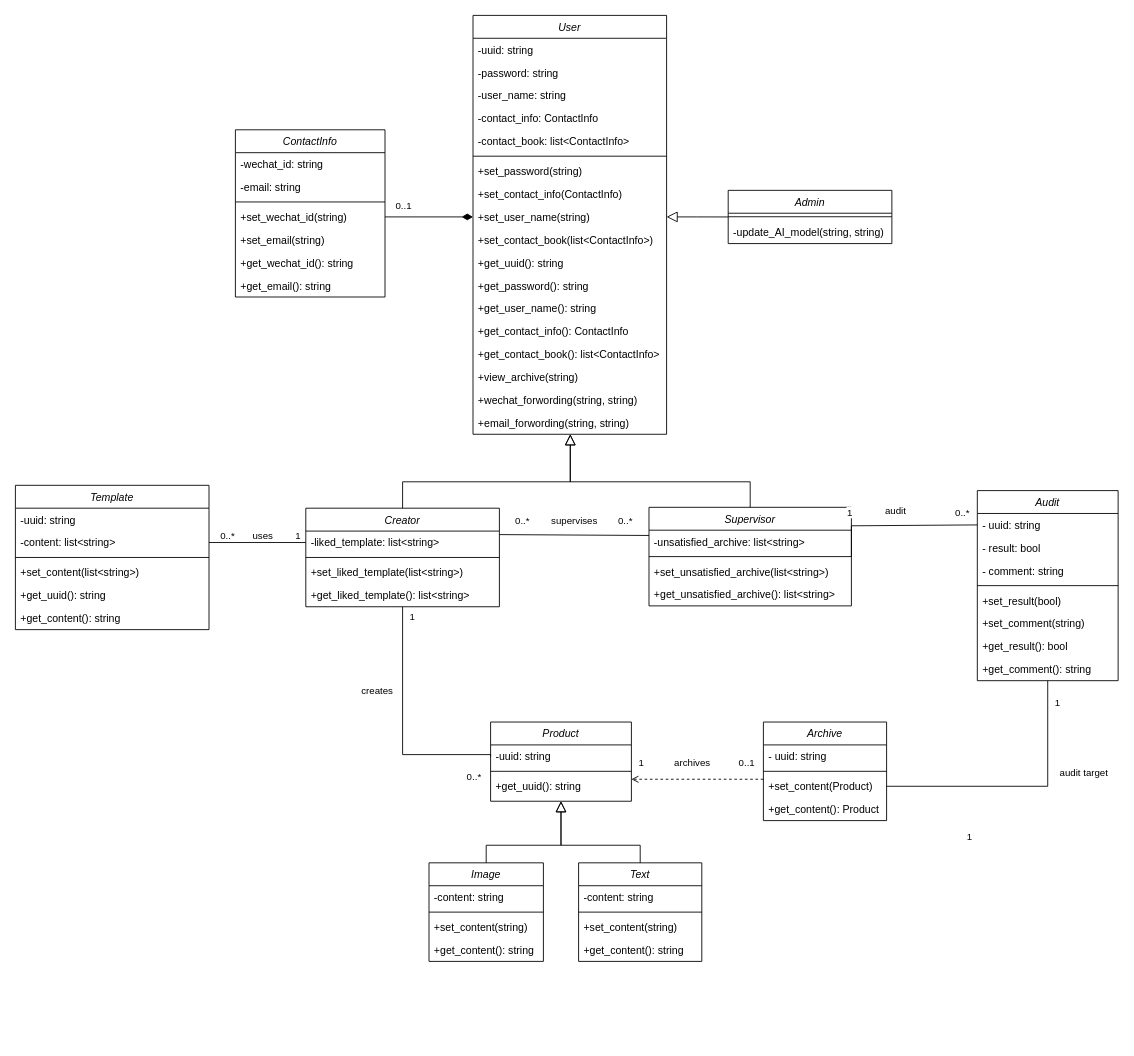
Darrenchenn/Model-based-software-design keeps this draw.io diagram as Documentation/Class diagram/class diagram 20231004.drawio. Above is the earlier version. Source tidied: cells renumbered, new cells numbered last; positions are measured from the earlier drawing's top-left corner, leaving out a move shared by most shapes. Both pictures are drawn from the tidied source at 88%, with x=0, y=0 at pixel (15, 15).
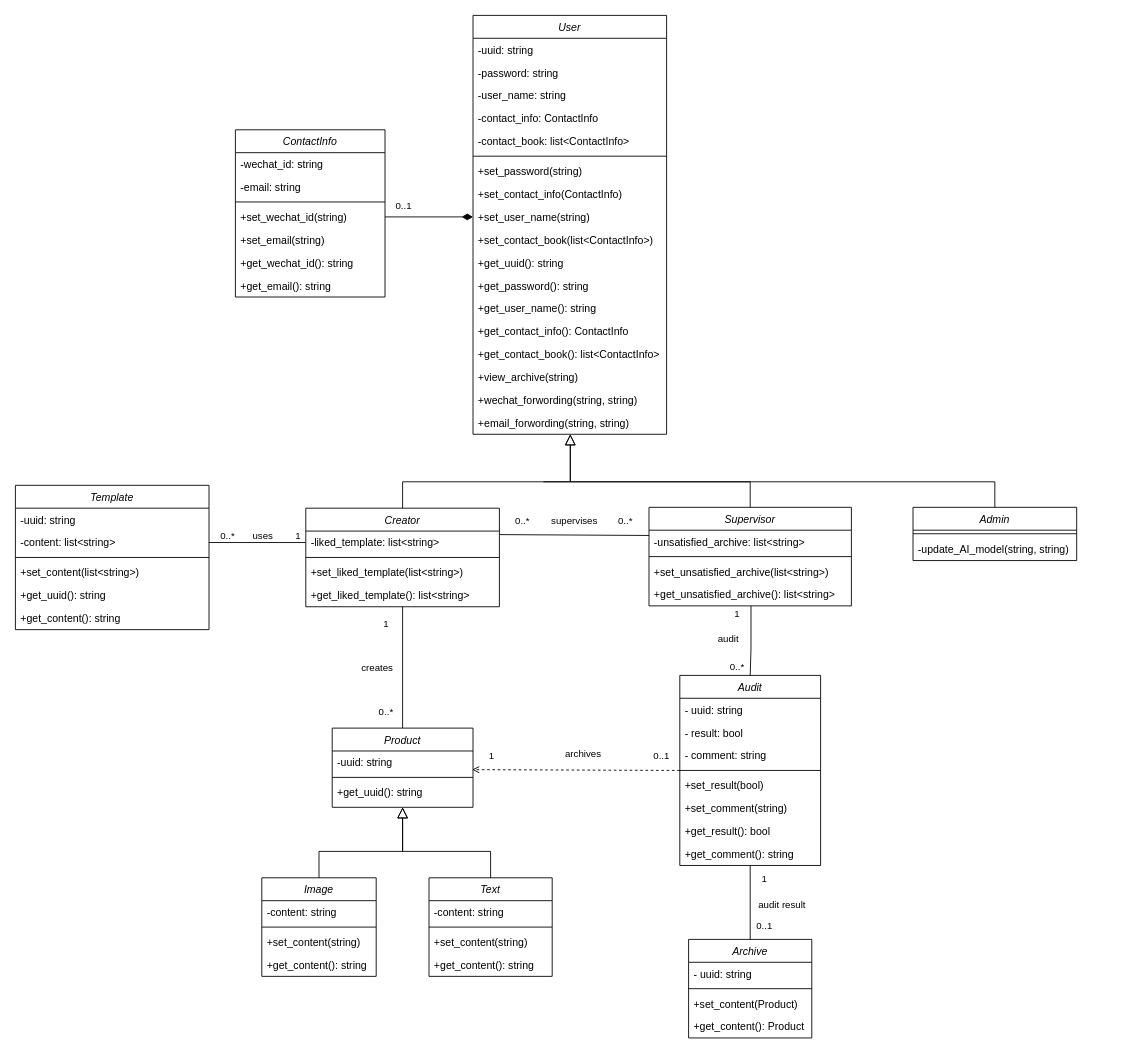
Above is the later version.

Commit message (it also covers changes not shown here):
update class diagram

Unchanged cells that the change refers to:
```xml
<mxCell id="11" value="+set_user_name(string)" style="text;align=left;verticalAlign=top;spacingLeft=4;spacingRight=4;overflow=hidden;points=[[0,0.5],[1,0.5]];portConstraint=eastwest;" parent="2" vertex="1">
  <mxGeometry y="216" width="220" height="26" as="geometry" />
</mxCell>
<mxCell id="21" value="Supervisor" style="swimlane;fontStyle=2;align=center;verticalAlign=top;horizontal=1;startSize=26;rounded=0;shadow=0;strokeWidth=1;" parent="1" vertex="1">
  <mxGeometry x="720" y="559" width="230" height="112" as="geometry" />
</mxCell>
<mxCell id="25" value="+get_unsatisfied_archive(): list&lt;string&gt;" style="text;align=left;verticalAlign=top;spacingLeft=4;spacingRight=4;overflow=hidden;points=[[0,0.5],[1,0.5]];portConstraint=eastwest;" parent="21" vertex="1">
  <mxGeometry y="86" width="230" height="26" as="geometry" />
</mxCell>
<mxCell id="34" value="Creator" style="swimlane;fontStyle=2;align=center;verticalAlign=top;horizontal=1;startSize=26;rounded=0;shadow=0;strokeWidth=1;" parent="1" vertex="1">
  <mxGeometry x="330" y="560" width="220" height="112" as="geometry" />
</mxCell>
<mxCell id="53" value="-uuid: string" style="text;align=left;verticalAlign=top;spacingLeft=4;spacingRight=4;overflow=hidden;points=[[0,0.5],[1,0.5]];portConstraint=eastwest;" parent="52" vertex="1">
  <mxGeometry y="26" width="160" height="26" as="geometry" />
</mxCell>
<mxCell id="71" value="+set_content(Product)" style="text;align=left;verticalAlign=top;spacingLeft=4;spacingRight=4;overflow=hidden;points=[[0,0.5],[1,0.5]];portConstraint=eastwest;" parent="68" vertex="1">
  <mxGeometry y="60" width="140" height="26" as="geometry" />
</mxCell>
<mxCell id="82" value="- uuid: string" style="text;align=left;verticalAlign=top;spacingLeft=4;spacingRight=4;overflow=hidden;points=[[0,0.5],[1,0.5]];portConstraint=eastwest;" parent="81" vertex="1">
  <mxGeometry y="26" width="160" height="26" as="geometry" />
</mxCell>
```

The edit, as a diff of the source:
```diff
@@
-    <mxCell id="26" style="edgeStyle=orthogonalEdgeStyle;rounded=0;jettySize=auto;html=1;endArrow=none;endFill=0;entryX=0;entryY=0.5;entryDx=0;entryDy=0;exitX=0.5;exitY=1;exitDx=0;exitDy=0;" parent="1" edge="1" source="34" target="53">
-      <mxGeometry relative="1" as="geometry">
-        <Array as="points">
-          <mxPoint x="440" y="840" />
-          <mxPoint x="540" y="840" />
-        </Array>
-      </mxGeometry>
+    <mxCell id="26" style="edgeStyle=orthogonalEdgeStyle;rounded=0;jettySize=auto;html=1;endArrow=none;endFill=0;exitX=0.5;exitY=1;exitDx=0;exitDy=0;entryX=0.5;entryY=0;entryDx=0;entryDy=0;" parent="1" edge="1" source="34" target="52">
+      <mxGeometry relative="1" as="geometry" />
     </mxCell>
     <mxCell id="27" value="creates" style="edgeLabel;html=1;align=center;verticalAlign=middle;" parent="26" vertex="1">
       <mxGeometry x="-0.34" relative="1" as="geometry">
-        <mxPoint x="-30" y="6" as="offset" />
+        <mxPoint x="-30" y="22" as="offset" />
       </mxGeometry>
     </mxCell>
     <mxCell id="28" value="0..*" style="edgeLabel;html=1;align=center;verticalAlign=middle;" parent="26" vertex="1">
       <mxGeometry x="-0.21" y="2" relative="1" as="geometry">
-        <mxPoint x="78" y="85" as="offset" />
+        <mxPoint x="-22" y="64" as="offset" />
       </mxGeometry>
     </mxCell>
     <mxCell id="29" value="1" style="edgeLabel;html=1;align=center;verticalAlign=middle;" parent="26" vertex="1">
       <mxGeometry x="-0.12" relative="1" as="geometry">
-        <mxPoint x="10" y="-109" as="offset" />
+        <mxPoint x="-20" y="-43" as="offset" />
       </mxGeometry>
     </mxCell>
@@
     <mxCell id="39" value="Admin" style="swimlane;fontStyle=2;align=center;verticalAlign=top;horizontal=1;startSize=26;rounded=0;shadow=0;strokeWidth=1;" parent="1" vertex="1">
-      <mxGeometry x="810" y="198.8" width="186" height="60.5" as="geometry" />
+      <mxGeometry x="1020" y="559" width="186" height="60.5" as="geometry" />
     </mxCell>
@@
     <mxCell id="52" value="Product" style="swimlane;fontStyle=2;align=center;verticalAlign=top;horizontal=1;startSize=26;rounded=0;shadow=0;strokeWidth=1;" parent="1" vertex="1">
-      <mxGeometry x="540" y="803" width="160" height="90" as="geometry" />
+      <mxGeometry x="360" y="809.9" width="160" height="90" as="geometry" />
     </mxCell>
@@
     <mxCell id="56" value="Image" style="swimlane;fontStyle=2;align=center;verticalAlign=top;horizontal=1;startSize=26;rounded=0;shadow=0;strokeWidth=1;" parent="1" vertex="1">
-      <mxGeometry x="470" y="963" width="130" height="112" as="geometry" />
+      <mxGeometry x="280" y="980" width="130" height="112" as="geometry" />
     </mxCell>
@@
     <mxCell id="61" value="Text" style="swimlane;fontStyle=2;align=center;verticalAlign=top;horizontal=1;startSize=26;rounded=0;shadow=0;strokeWidth=1;" parent="1" vertex="1">
-      <mxGeometry x="640" y="963" width="140" height="112" as="geometry" />
+      <mxGeometry x="470" y="980" width="140" height="112" as="geometry" />
     </mxCell>
@@
     <mxCell id="66" style="endArrow=block;endSize=10;endFill=0;shadow=0;strokeWidth=1;rounded=0;edgeStyle=elbowEdgeStyle;elbow=vertical;exitX=0.5;exitY=0;exitDx=0;exitDy=0;entryX=0.5;entryY=1;entryDx=0;entryDy=0;" parent="1" edge="1" source="61" target="52">
       <mxGeometry relative="1" as="geometry">
         <Array as="points">
-          <mxPoint x="670" y="943" />
+          <mxPoint x="490" y="950" />
         </Array>
       </mxGeometry>
     </mxCell>
-    <mxCell id="67" style="endArrow=block;endSize=10;endFill=0;shadow=0;strokeWidth=1;rounded=0;edgeStyle=elbowEdgeStyle;elbow=vertical;exitX=0.5;exitY=0;exitDx=0;exitDy=0;" parent="1" edge="1" source="56">
+    <mxCell id="67" style="endArrow=block;endSize=10;endFill=0;shadow=0;strokeWidth=1;rounded=0;edgeStyle=elbowEdgeStyle;elbow=vertical;exitX=0.5;exitY=0;exitDx=0;exitDy=0;entryX=0.5;entryY=1;entryDx=0;entryDy=0;" parent="1" edge="1" source="56" target="52">
       <mxGeometry relative="1" as="geometry">
-        <mxPoint x="620" y="893" as="targetPoint" />
         <Array as="points">
-          <mxPoint x="580" y="943" />
+          <mxPoint x="390" y="950" />
         </Array>
       </mxGeometry>
     </mxCell>
     <mxCell id="68" value="Archive" style="swimlane;fontStyle=2;align=center;verticalAlign=top;horizontal=1;startSize=26;rounded=0;shadow=0;strokeWidth=1;" parent="1" vertex="1">
-      <mxGeometry x="850" y="803" width="140" height="112" as="geometry" />
+      <mxGeometry x="765" y="1050" width="140" height="112" as="geometry" />
     </mxCell>
@@
-    <mxCell id="73" style="edgeStyle=orthogonalEdgeStyle;rounded=0;orthogonalLoop=1;jettySize=auto;html=1;dashed=1;endArrow=open;endFill=0;entryX=1;entryY=0.5;entryDx=0;entryDy=0;" parent="1" edge="1">
+    <mxCell id="73" style="edgeStyle=orthogonalEdgeStyle;rounded=0;jettySize=auto;html=1;dashed=1;endArrow=open;endFill=0;exitX=0;exitY=0.5;exitDx=0;exitDy=0;" parent="1" edge="1" source="81">
       <mxGeometry relative="1" as="geometry">
-        <mxPoint x="850" y="868" as="sourcePoint" />
-        <mxPoint x="700" y="868" as="targetPoint" />
+        <mxPoint x="519" y="857.1" as="targetPoint" />
+        <Array as="points">
+          <mxPoint x="750" y="858" />
+        </Array>
       </mxGeometry>
     </mxCell>
     <mxCell id="74" value="archives" style="edgeLabel;html=1;align=center;verticalAlign=middle;" parent="73" vertex="1">
       <mxGeometry x="0.2" y="-1" relative="1" as="geometry">
-        <mxPoint x="8" y="-18" as="offset" />
+        <mxPoint x="31" y="-18" as="offset" />
       </mxGeometry>
     </mxCell>
     <mxCell id="75" value="0..1" style="edgeLabel;html=1;align=center;verticalAlign=middle;" parent="73" vertex="1">
       <mxGeometry x="-0.05" y="-1" relative="1" as="geometry">
-        <mxPoint x="51" y="-18" as="offset" />
+        <mxPoint x="90" y="-16" as="offset" />
       </mxGeometry>
     </mxCell>
     <mxCell id="76" value="1" style="edgeLabel;html=1;align=center;verticalAlign=middle;" parent="73" vertex="1">
       <mxGeometry x="-0.21" y="-2" relative="1" as="geometry">
-        <mxPoint x="-81" y="-17" as="offset" />
+        <mxPoint x="-122" y="-15" as="offset" />
       </mxGeometry>
     </mxCell>
-    <mxCell id="77" style="edgeStyle=orthogonalEdgeStyle;rounded=0;jettySize=auto;html=1;entryX=1;entryY=0.5;entryDx=0;entryDy=0;endArrow=none;endFill=0;" parent="1" edge="1" source="81" target="71">
-      <mxGeometry relative="1" as="geometry" />
-    </mxCell>
-    <mxCell id="78" value="audit target" style="edgeLabel;html=1;align=center;verticalAlign=middle;" parent="77" vertex="1">
-      <mxGeometry x="-0.63" y="2" relative="1" as="geometry">
-        <mxPoint x="38" y="48" as="offset" />
-      </mxGeometry>
-    </mxCell>
-    <mxCell id="79" value="1" style="edgeLabel;html=1;align=center;verticalAlign=middle;" parent="77" vertex="1">
-      <mxGeometry x="-0.63" y="-3" relative="1" as="geometry">
-        <mxPoint x="13" y="-32" as="offset" />
-      </mxGeometry>
-    </mxCell>
-    <mxCell id="80" value="1" style="edgeLabel;html=1;align=center;verticalAlign=middle;" parent="77" vertex="1">
-      <mxGeometry x="-0.52" y="1" relative="1" as="geometry">
-        <mxPoint x="-91" y="104" as="offset" />
-      </mxGeometry>
-    </mxCell>
+    <mxCell id="108" style="edgeStyle=orthogonalEdgeStyle;rounded=0;jettySize=auto;html=1;entryX=0.5;entryY=0;entryDx=0;entryDy=0;endArrow=none;endFill=0;" parent="1" edge="1" source="81" target="68">
+      <mxGeometry relative="1" as="geometry" />
+    </mxCell>
+    <mxCell id="109" value="&amp;nbsp;" style="edgeLabel;html=1;align=center;verticalAlign=middle;" parent="108" vertex="1">
+      <mxGeometry x="0.27" relative="1" as="geometry">
+        <mxPoint x="35" y="-7" as="offset" />
+      </mxGeometry>
+    </mxCell>
+    <mxCell id="110" value="audit result" style="edgeLabel;html=1;align=center;verticalAlign=middle;" parent="108" vertex="1">
+      <mxGeometry x="0.11" y="1" relative="1" as="geometry">
+        <mxPoint x="34" y="-3" as="offset" />
+      </mxGeometry>
+    </mxCell>
+    <mxCell id="111" value="1" style="edgeLabel;html=1;align=center;verticalAlign=middle;" parent="108" vertex="1">
+      <mxGeometry x="-0.57" relative="1" as="geometry">
+        <mxPoint x="15" y="-4" as="offset" />
+      </mxGeometry>
+    </mxCell>
+    <mxCell id="112" value="0..1" style="edgeLabel;html=1;align=center;verticalAlign=middle;" parent="108" vertex="1">
+      <mxGeometry x="-0.39" y="-1" relative="1" as="geometry">
+        <mxPoint x="16" y="42" as="offset" />
+      </mxGeometry>
+    </mxCell>
     <mxCell id="81" value="Audit" style="swimlane;fontStyle=2;align=center;verticalAlign=top;horizontal=1;startSize=26;rounded=0;shadow=0;strokeWidth=1;" parent="1" vertex="1">
-      <mxGeometry x="1093.1" y="540" width="160" height="216" as="geometry" />
+      <mxGeometry x="755" y="750" width="160" height="216" as="geometry" />
     </mxCell>
@@
-    <mxCell id="90" style="edgeStyle=orthogonalEdgeStyle;rounded=0;jettySize=auto;html=1;endArrow=none;endFill=0;entryX=0;entryY=0.5;entryDx=0;entryDy=0;exitX=1;exitY=0.5;exitDx=0;exitDy=0;" parent="1" edge="1" source="21" target="82">
+    <mxCell id="90" style="edgeStyle=orthogonalEdgeStyle;rounded=0;jettySize=auto;html=1;endArrow=none;endFill=0;exitX=0.504;exitY=1;exitDx=0;exitDy=0;exitPerimeter=0;entryX=0.5;entryY=0;entryDx=0;entryDy=0;" parent="1" edge="1" source="25" target="81">
       <mxGeometry relative="1" as="geometry">
         <Array as="points">
-          <mxPoint x="1093" y="580" />
+          <mxPoint x="836" y="720" />
+          <mxPoint x="835" y="720" />
         </Array>
       </mxGeometry>
     </mxCell>
     <mxCell id="91" value="audit" style="edgeLabel;html=1;align=center;verticalAlign=middle;" parent="90" vertex="1">
       <mxGeometry x="0.09" relative="1" as="geometry">
-        <mxPoint x="-12" y="-17" as="offset" />
+        <mxPoint x="-26" y="-6" as="offset" />
       </mxGeometry>
     </mxCell>
     <mxCell id="92" value="0..*" style="edgeLabel;html=1;align=center;verticalAlign=middle;" parent="90" vertex="1">
       <mxGeometry x="0.63" y="-3" relative="1" as="geometry">
-        <mxPoint x="15" y="-18" as="offset" />
+        <mxPoint x="-13" y="5" as="offset" />
       </mxGeometry>
     </mxCell>
     <mxCell id="93" value="1" style="edgeLabel;html=1;align=center;verticalAlign=middle;" parent="90" vertex="1">
       <mxGeometry x="0.23" relative="1" as="geometry">
-        <mxPoint x="-77" y="-15" as="offset" />
+        <mxPoint x="-16" y="-40" as="offset" />
       </mxGeometry>
     </mxCell>
-    <mxCell id="94" style="edgeStyle=orthogonalEdgeStyle;rounded=0;jettySize=auto;html=1;entryX=0;entryY=0.5;entryDx=0;entryDy=0;endArrow=none;endFill=0;startArrow=block;startFill=0;endSize=10;startSize=10;" parent="1" edge="1" source="11" target="39">
-      <mxGeometry relative="1" as="geometry" />
+    <mxCell id="94" style="edgeStyle=orthogonalEdgeStyle;rounded=0;jettySize=auto;html=1;entryX=0.5;entryY=0;entryDx=0;entryDy=0;endArrow=none;endFill=0;startArrow=none;startFill=0;endSize=10;startSize=10;" parent="1" edge="1" target="39">
+      <mxGeometry relative="1" as="geometry">
+        <mxPoint x="600" y="530" as="sourcePoint" />
+        <Array as="points">
+          <mxPoint x="1113" y="530" />
+        </Array>
+      </mxGeometry>
     </mxCell>
```
